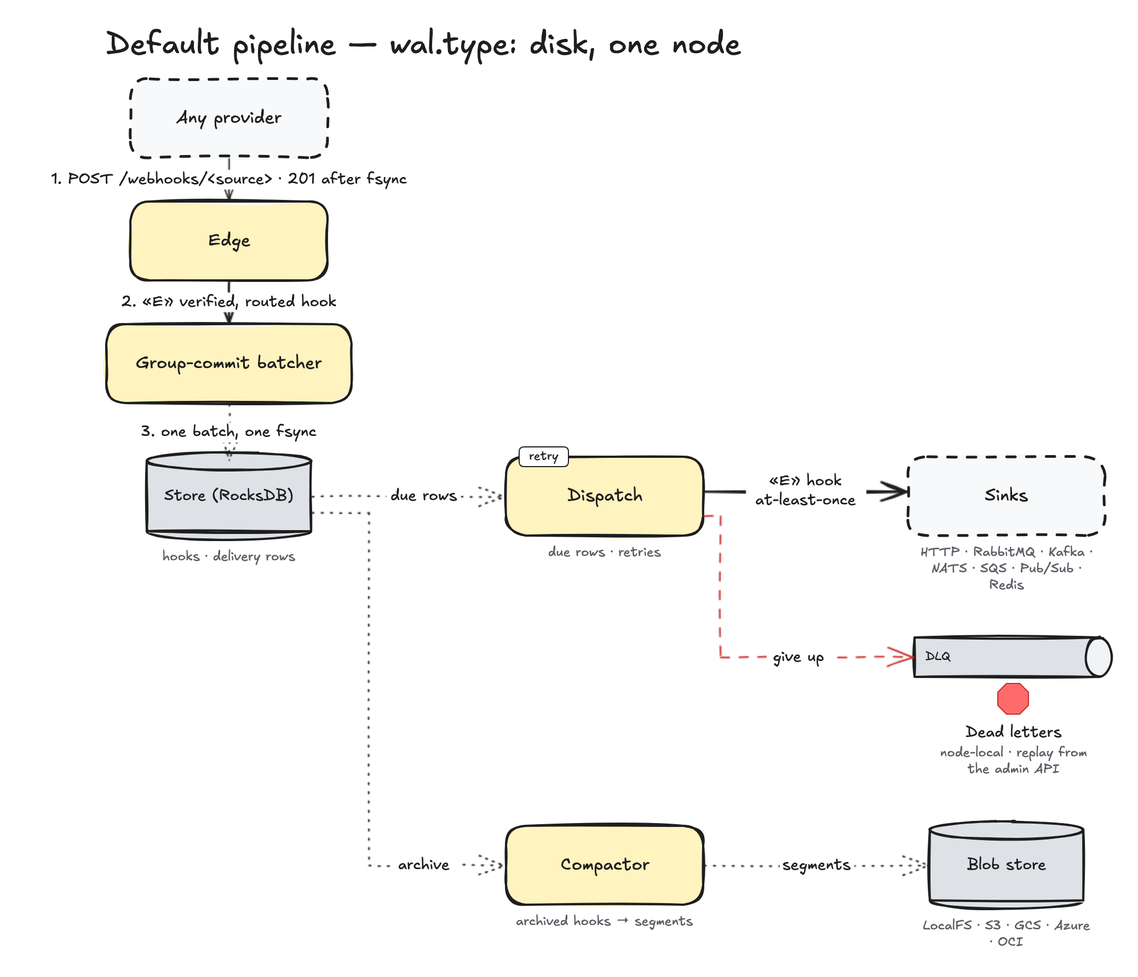
This is docs/diagrams/overview.png from jamescarr/ankusa, a Excalidraw export, as it was before one commit. Source tidied: one line per element, renumbered; positions are measured from the earlier drawing's top-left corner, leaving out a move shared by most shapes.
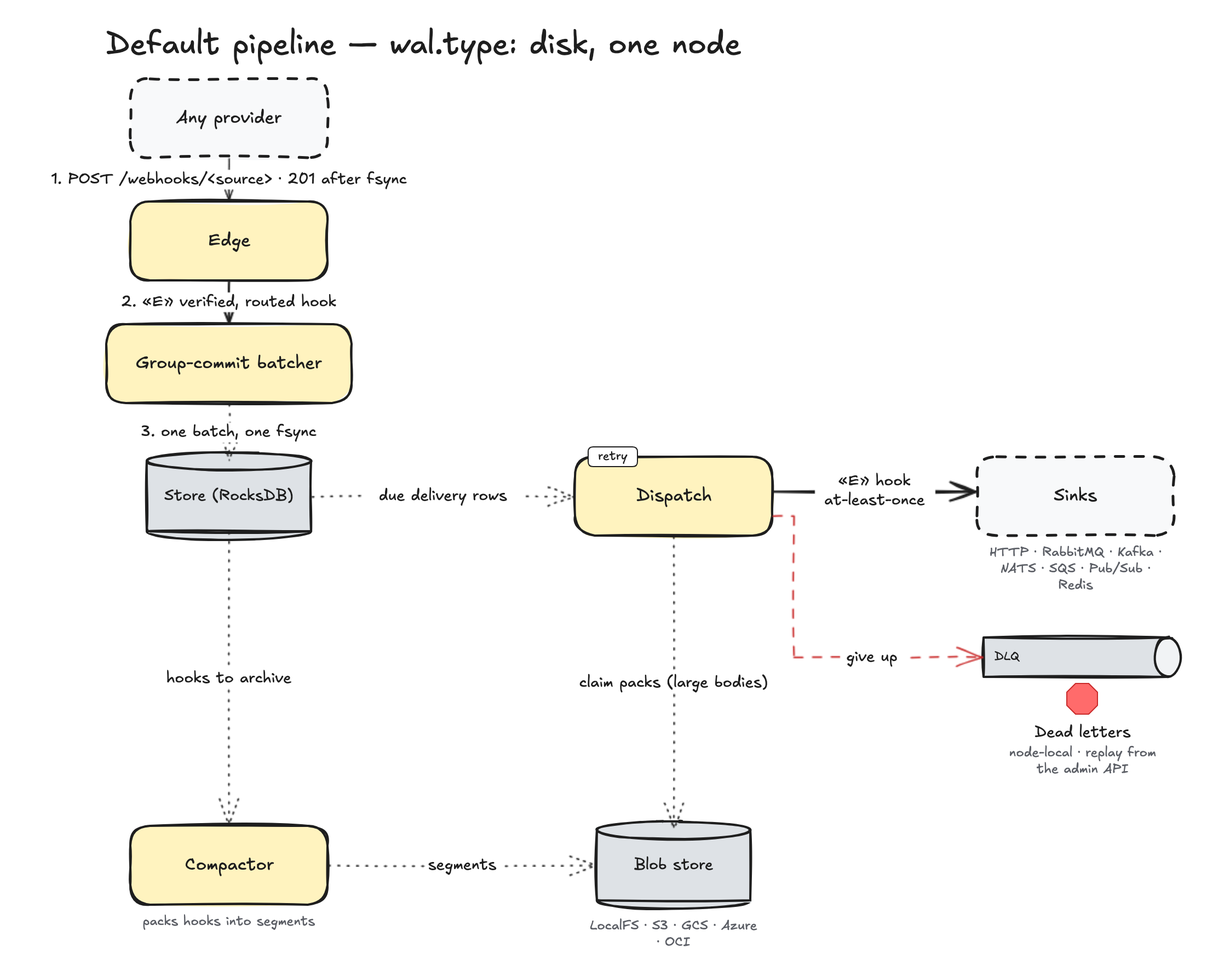
After the change.

Commit message:
docs: draw claim packs in the overview diagram, beside the compactor's archive segments (#293)

The edit, as a diff of the source:
```diff
@@ -9,42 +9,42 @@
 {"id": 8, "type": "rectangle", "strokeColor": "#1e1e1e", "backgroundColor": "#dee2e6", "fillStyle": "solid", "strokeWidth": 2, "roughness": 1, "x": 110, "y": 397, "width": 150, "height": 64}
 {"id": 9, "type": "text", "text": "Store (RocksDB)", "strokeColor": "#1e1e1e", "strokeWidth": 1, "roughness": 0, "fontSize": 14, "fontFamily": 5, "textAlign": "center", "verticalAlign": "middle", "inside": 8, "x": 122, "y": 420, "width": 126, "height": 18}
 {"id": 10, "type": "ellipse", "strokeColor": "#1e1e1e", "backgroundColor": "#dee2e6", "fillStyle": "solid", "strokeWidth": 2, "roughness": 1, "x": 110, "y": 389, "width": 150, "height": 16}
-{"id": 11, "type": "text", "text": "hooks · delivery rows", "strokeColor": "#5c5f66", "strokeWidth": 1, "roughness": 0, "fontSize": 12, "fontFamily": 5, "textAlign": "center", "x": 109, "y": 477, "width": 152, "height": 15}
-{"id": 12, "type": "rectangle", "strokeColor": "#1e1e1e", "backgroundColor": "#fff3bf", "fillStyle": "solid", "strokeWidth": 2, "roughness": 1, "round": true, "x": 438, "y": 393, "width": 180, "height": 72}
+{"id": 12, "type": "rectangle", "strokeColor": "#1e1e1e", "backgroundColor": "#fff3bf", "fillStyle": "solid", "strokeWidth": 2, "roughness": 1, "round": true, "x": 501, "y": 393, "width": 180, "height": 72}
-{"id": 13, "type": "text", "text": "Dispatch", "strokeColor": "#1e1e1e", "strokeWidth": 1, "roughness": 0, "fontSize": 16, "fontFamily": 5, "textAlign": "center", "verticalAlign": "middle", "inside": 12, "x": 490, "y": 419, "width": 77, "height": 20}
+{"id": 13, "type": "text", "text": "Dispatch", "strokeColor": "#1e1e1e", "strokeWidth": 1, "roughness": 0, "fontSize": 16, "fontFamily": 5, "textAlign": "center", "verticalAlign": "middle", "inside": 12, "x": 553, "y": 419, "width": 77, "height": 20}
-{"id": 14, "type": "rectangle", "strokeColor": "#1e1e1e", "backgroundColor": "#ffffff", "fillStyle": "solid", "strokeWidth": 1, "roughness": 0, "round": true, "x": 450, "y": 384, "width": 45, "height": 18}
+{"id": 14, "type": "rectangle", "strokeColor": "#1e1e1e", "backgroundColor": "#ffffff", "fillStyle": "solid", "strokeWidth": 1, "roughness": 0, "round": true, "x": 513, "y": 384, "width": 45, "height": 18}
-{"id": 15, "type": "text", "text": "retry", "strokeColor": "#1e1e1e", "strokeWidth": 1, "roughness": 0, "fontSize": 11, "fontFamily": 5, "textAlign": "center", "verticalAlign": "middle", "x": 456, "y": 386, "width": 33, "height": 14}
+{"id": 15, "type": "text", "text": "retry", "strokeColor": "#1e1e1e", "strokeWidth": 1, "roughness": 0, "fontSize": 11, "fontFamily": 5, "textAlign": "center", "verticalAlign": "middle", "x": 519, "y": 386, "width": 33, "height": 14}
-{"id": 16, "type": "text", "text": "due rows · retries", "strokeColor": "#5c5f66", "strokeWidth": 1, "roughness": 0, "fontSize": 12, "fontFamily": 5, "textAlign": "center", "x": 463, "y": 473, "width": 130, "height": 15}
-{"id": 17, "type": "rectangle", "strokeColor": "#1e1e1e", "backgroundColor": "#f8f9fa", "fillStyle": "solid", "strokeWidth": 2, "strokeStyle": "dashed", "roughness": 1, "round": true, "x": 805, "y": 393, "width": 180, "height": 72}
+{"id": 17, "type": "rectangle", "strokeColor": "#1e1e1e", "backgroundColor": "#f8f9fa", "fillStyle": "solid", "strokeWidth": 2, "strokeStyle": "dashed", "roughness": 1, "round": true, "x": 868, "y": 393, "width": 180, "height": 72}
-{"id": 18, "type": "text", "text": "Sinks", "strokeColor": "#1e1e1e", "strokeWidth": 1, "roughness": 0, "fontSize": 16, "fontFamily": 5, "textAlign": "center", "verticalAlign": "middle", "inside": 17, "x": 871, "y": 419, "width": 48, "height": 20}
+{"id": 18, "type": "text", "text": "Sinks", "strokeColor": "#1e1e1e", "strokeWidth": 1, "roughness": 0, "fontSize": 16, "fontFamily": 5, "textAlign": "center", "verticalAlign": "middle", "inside": 17, "x": 934, "y": 419, "width": 48, "height": 20}
-{"id": 19, "type": "text", "text": "HTTP · RabbitMQ · Kafka ·\nNATS · SQS · Pub/Sub ·\nRedis", "strokeColor": "#5c5f66", "strokeWidth": 1, "roughness": 0, "fontSize": 12, "fontFamily": 5, "textAlign": "center", "x": 805, "y": 473, "width": 180, "height": 45}
+{"id": 19, "type": "text", "text": "HTTP · RabbitMQ · Kafka ·\nNATS · SQS · Pub/Sub ·\nRedis", "strokeColor": "#5c5f66", "strokeWidth": 1, "roughness": 0, "fontSize": 12, "fontFamily": 5, "textAlign": "center", "x": 868, "y": 473, "width": 180, "height": 45}
-{"id": 20, "type": "rectangle", "strokeColor": "#1e1e1e", "backgroundColor": "#dee2e6", "fillStyle": "solid", "strokeWidth": 2, "roughness": 1, "x": 811, "y": 558, "width": 168, "height": 36}
+{"id": 20, "type": "rectangle", "strokeColor": "#1e1e1e", "backgroundColor": "#dee2e6", "fillStyle": "solid", "strokeWidth": 2, "roughness": 1, "x": 874, "y": 558, "width": 168, "height": 36}
-{"id": 21, "type": "ellipse", "strokeColor": "#1e1e1e", "backgroundColor": "#f1f3f5", "fillStyle": "solid", "strokeWidth": 2, "roughness": 1, "x": 967, "y": 558, "width": 24, "height": 36}
+{"id": 21, "type": "ellipse", "strokeColor": "#1e1e1e", "backgroundColor": "#f1f3f5", "fillStyle": "solid", "strokeWidth": 2, "roughness": 1, "x": 1030, "y": 558, "width": 24, "height": 36}
-{"id": 22, "type": "line", "strokeColor": "#c92a2a", "backgroundColor": "#ff6b6b", "fillStyle": "solid", "strokeWidth": 1, "roughness": 0, "x": 895, "y": 600, "width": 28, "height": 28, "points": [[0, 0], [12, 0], [20, 8], [20, 20], [12, 28], [0, 28], [-8, 20], [-8, 8], [0, 0]]}
+{"id": 22, "type": "line", "strokeColor": "#c92a2a", "backgroundColor": "#ff6b6b", "fillStyle": "solid", "strokeWidth": 1, "roughness": 0, "x": 958, "y": 600, "width": 28, "height": 28, "points": [[0, 0], [12, 0], [20, 8], [20, 20], [12, 28], [0, 28], [-8, 20], [-8, 8], [0, 0]]}
-{"id": 23, "type": "text", "text": "DLQ", "strokeColor": "#1e1e1e", "strokeWidth": 1, "roughness": 0, "fontSize": 11, "fontFamily": 5, "verticalAlign": "middle", "x": 821, "y": 569, "width": 20, "height": 14}
+{"id": 23, "type": "text", "text": "DLQ", "strokeColor": "#1e1e1e", "strokeWidth": 1, "roughness": 0, "fontSize": 11, "fontFamily": 5, "verticalAlign": "middle", "x": 884, "y": 569, "width": 20, "height": 14}
-{"id": 24, "type": "text", "text": "Dead letters", "strokeColor": "#1e1e1e", "strokeWidth": 1, "roughness": 0, "fontSize": 14, "fontFamily": 5, "textAlign": "center", "x": 851, "y": 636, "width": 101, "height": 18}
+{"id": 24, "type": "text", "text": "Dead letters", "strokeColor": "#1e1e1e", "strokeWidth": 1, "roughness": 0, "fontSize": 14, "fontFamily": 5, "textAlign": "center", "x": 914, "y": 636, "width": 101, "height": 18}
-{"id": 25, "type": "text", "text": "node-local · replay from\nthe admin API", "strokeColor": "#5c5f66", "strokeWidth": 1, "roughness": 0, "fontSize": 12, "fontFamily": 5, "textAlign": "center", "x": 815, "y": 656, "width": 173, "height": 30}
+{"id": 25, "type": "text", "text": "node-local · replay from\nthe admin API", "strokeColor": "#5c5f66", "strokeWidth": 1, "roughness": 0, "fontSize": 12, "fontFamily": 5, "textAlign": "center", "x": 878, "y": 656, "width": 173, "height": 30}
-{"id": 26, "type": "rectangle", "strokeColor": "#1e1e1e", "backgroundColor": "#fff3bf", "fillStyle": "solid", "strokeWidth": 2, "roughness": 1, "round": true, "x": 438, "y": 730, "width": 180, "height": 72}
+{"id": 26, "type": "rectangle", "strokeColor": "#1e1e1e", "backgroundColor": "#fff3bf", "fillStyle": "solid", "strokeWidth": 2, "roughness": 1, "round": true, "x": 95, "y": 730, "width": 180, "height": 72}
-{"id": 27, "type": "text", "text": "Compactor", "strokeColor": "#1e1e1e", "strokeWidth": 1, "roughness": 0, "fontSize": 16, "fontFamily": 5, "textAlign": "center", "verticalAlign": "middle", "inside": 26, "x": 485, "y": 756, "width": 87, "height": 20}
+{"id": 27, "type": "text", "text": "Compactor", "strokeColor": "#1e1e1e", "strokeWidth": 1, "roughness": 0, "fontSize": 16, "fontFamily": 5, "textAlign": "center", "verticalAlign": "middle", "inside": 26, "x": 142, "y": 756, "width": 87, "height": 20}
-{"id": 28, "type": "text", "text": "archived hooks → segments", "strokeColor": "#5c5f66", "strokeWidth": 1, "roughness": 0, "fontSize": 12, "fontFamily": 5, "textAlign": "center", "x": 438, "y": 810, "width": 180, "height": 15}
+{"id": 28, "type": "text", "text": "packs hooks into segments", "strokeColor": "#5c5f66", "strokeWidth": 1, "roughness": 0, "fontSize": 12, "fontFamily": 5, "textAlign": "center", "x": 95, "y": 810, "width": 180, "height": 15}
-{"id": 29, "type": "ellipse", "strokeColor": "#1e1e1e", "backgroundColor": "#dee2e6", "fillStyle": "solid", "strokeWidth": 2, "roughness": 1, "x": 825, "y": 790, "width": 140, "height": 16}
+{"id": 29, "type": "ellipse", "strokeColor": "#1e1e1e", "backgroundColor": "#dee2e6", "fillStyle": "solid", "strokeWidth": 2, "roughness": 1, "x": 521, "y": 790, "width": 140, "height": 16}
-{"id": 30, "type": "rectangle", "strokeColor": "#1e1e1e", "backgroundColor": "#dee2e6", "fillStyle": "solid", "strokeWidth": 2, "roughness": 1, "x": 825, "y": 734, "width": 140, "height": 64}
+{"id": 30, "type": "rectangle", "strokeColor": "#1e1e1e", "backgroundColor": "#dee2e6", "fillStyle": "solid", "strokeWidth": 2, "roughness": 1, "x": 521, "y": 734, "width": 140, "height": 64}
-{"id": 31, "type": "text", "text": "Blob store", "strokeColor": "#1e1e1e", "strokeWidth": 1, "roughness": 0, "fontSize": 14, "fontFamily": 5, "textAlign": "center", "verticalAlign": "middle", "inside": 30, "x": 853, "y": 757, "width": 84, "height": 18}
+{"id": 31, "type": "text", "text": "Blob store", "strokeColor": "#1e1e1e", "strokeWidth": 1, "roughness": 0, "fontSize": 14, "fontFamily": 5, "textAlign": "center", "verticalAlign": "middle", "inside": 30, "x": 549, "y": 757, "width": 84, "height": 18}
-{"id": 32, "type": "ellipse", "strokeColor": "#1e1e1e", "backgroundColor": "#dee2e6", "fillStyle": "solid", "strokeWidth": 2, "roughness": 1, "x": 825, "y": 726, "width": 140, "height": 16}
+{"id": 32, "type": "ellipse", "strokeColor": "#1e1e1e", "backgroundColor": "#dee2e6", "fillStyle": "solid", "strokeWidth": 2, "roughness": 1, "x": 521, "y": 726, "width": 140, "height": 16}
-{"id": 33, "type": "text", "text": "LocalFS · S3 · GCS · Azure\n· OCI", "strokeColor": "#5c5f66", "strokeWidth": 1, "roughness": 0, "fontSize": 12, "fontFamily": 5, "textAlign": "center", "x": 801, "y": 814, "width": 188, "height": 30}
+{"id": 33, "type": "text", "text": "LocalFS · S3 · GCS · Azure\n· OCI", "strokeColor": "#5c5f66", "strokeWidth": 1, "roughness": 0, "fontSize": 12, "fontFamily": 5, "textAlign": "center", "x": 497, "y": 814, "width": 188, "height": 30}
 {"id": 34, "type": "arrow", "strokeColor": "#1e1e1e", "strokeWidth": 1, "roughness": 1, "endArrowhead": "arrow", "from": 1, "to": 3, "x": 185, "y": 121, "width": 0, "height": 38, "points": [[0, 0], [0, 38]]}
 {"id": 35, "type": "text", "text": "1. POST /webhooks/<source> · 201 after fsync", "strokeColor": "#1e1e1e", "strokeWidth": 1, "roughness": 0, "fontSize": 14, "fontFamily": 5, "textAlign": "center", "verticalAlign": "middle", "inside": 34, "x": 0, "y": 131, "width": 370, "height": 18}
 {"id": 36, "type": "arrow", "strokeColor": "#1e1e1e", "strokeWidth": 2, "roughness": 1, "endArrowhead": "arrow", "from": 3, "to": 5, "x": 185, "y": 233, "width": 0, "height": 38, "points": [[0, 0], [0, 38]]}
 {"id": 37, "type": "text", "text": "2. «E» verified, routed hook", "strokeColor": "#1e1e1e", "strokeWidth": 1, "roughness": 0, "fontSize": 14, "fontFamily": 5, "textAlign": "center", "verticalAlign": "middle", "inside": 36, "x": 67, "y": 243, "width": 236, "height": 18}
 {"id": 38, "type": "arrow", "strokeColor": "#1e1e1e", "strokeWidth": 1, "strokeStyle": "dotted", "roughness": 1, "endArrowhead": "arrow", "from": 5, "to": 8, "x": 185, "y": 345, "width": 0, "height": 51, "points": [[0, 0], [0, 51]]}
 {"id": 39, "type": "text", "text": "3. one batch, one fsync", "strokeColor": "#1e1e1e", "strokeWidth": 1, "roughness": 0, "fontSize": 14, "fontFamily": 5, "textAlign": "center", "verticalAlign": "middle", "inside": 38, "x": 88, "y": 362, "width": 194, "height": 18}
-{"id": 40, "type": "arrow", "strokeColor": "#1e1e1e", "strokeWidth": 1, "strokeStyle": "dotted", "roughness": 1, "endArrowhead": "arrow", "from": 8, "to": 12, "x": 261, "y": 429, "width": 176, "height": 0, "points": [[0, 0], [102, 0], [176, 0]]}
+{"id": 40, "type": "arrow", "strokeColor": "#1e1e1e", "strokeWidth": 1, "strokeStyle": "dotted", "roughness": 1, "endArrowhead": "arrow", "from": 8, "to": 12, "x": 261, "y": 429, "width": 239, "height": 0, "points": [[0, 0], [239, 0]]}
-{"id": 41, "type": "text", "text": "due rows", "strokeColor": "#1e1e1e", "strokeWidth": 1, "roughness": 0, "fontSize": 14, "fontFamily": 5, "textAlign": "center", "verticalAlign": "middle", "inside": 40, "x": 329, "y": 420, "width": 68, "height": 18}
+{"id": 41, "type": "text", "text": "due delivery rows", "strokeColor": "#1e1e1e", "strokeWidth": 1, "roughness": 0, "fontSize": 14, "fontFamily": 5, "textAlign": "center", "verticalAlign": "middle", "inside": 40, "x": 309, "y": 420, "width": 143, "height": 18}
-{"id": 42, "type": "arrow", "strokeColor": "#1e1e1e", "strokeWidth": 2, "roughness": 1, "endArrowhead": "arrow", "from": 12, "to": 17, "x": 619, "y": 424, "width": 185, "height": 0, "points": [[0, 0], [185, 0]]}
+{"id": 42, "type": "arrow", "strokeColor": "#1e1e1e", "strokeWidth": 2, "roughness": 1, "endArrowhead": "arrow", "from": 12, "to": 17, "x": 682, "y": 424, "width": 185, "height": 0, "points": [[0, 0], [185, 0]]}
-{"id": 43, "type": "text", "text": "«E» hook\nat-least-once", "strokeColor": "#1e1e1e", "strokeWidth": 1, "roughness": 0, "fontSize": 14, "fontFamily": 5, "textAlign": "center", "verticalAlign": "middle", "inside": 42, "x": 657, "y": 407, "width": 110, "height": 35}
+{"id": 43, "type": "text", "text": "«E» hook\nat-least-once", "strokeColor": "#1e1e1e", "strokeWidth": 1, "roughness": 0, "fontSize": 14, "fontFamily": 5, "textAlign": "center", "verticalAlign": "middle", "inside": 42, "x": 720, "y": 407, "width": 110, "height": 35}
-{"id": 44, "type": "arrow", "strokeColor": "#c92a2a", "strokeWidth": 1, "strokeStyle": "dashed", "roughness": 1, "endArrowhead": "arrow", "from": 12, "to": 20, "x": 619, "y": 447, "width": 191, "height": 129, "points": [[0, 0], [15, 0], [15, 129], [86, 129], [87, 129], [88, 129], [191, 129]]}
+{"id": 44, "type": "arrow", "strokeColor": "#c92a2a", "strokeWidth": 1, "strokeStyle": "dashed", "roughness": 1, "endArrowhead": "arrow", "from": 12, "to": 20, "x": 682, "y": 447, "width": 191, "height": 129, "points": [[0, 0], [19, 0], [19, 129], [90, 129], [91, 129], [92, 129], [191, 129]]}
-{"id": 45, "type": "text", "text": "give up", "strokeColor": "#1e1e1e", "strokeWidth": 1, "roughness": 0, "fontSize": 14, "fontFamily": 5, "textAlign": "center", "verticalAlign": "middle", "inside": 44, "x": 676, "y": 567, "width": 59, "height": 18}
+{"id": 45, "type": "text", "text": "give up", "strokeColor": "#1e1e1e", "strokeWidth": 1, "roughness": 0, "fontSize": 14, "fontFamily": 5, "textAlign": "center", "verticalAlign": "middle", "inside": 44, "x": 743, "y": 567, "width": 59, "height": 18}
-{"id": 46, "type": "arrow", "strokeColor": "#1e1e1e", "strokeWidth": 1, "strokeStyle": "dotted", "roughness": 1, "endArrowhead": "arrow", "from": 8, "to": 26, "x": 261, "y": 444, "width": 176, "height": 322, "points": [[0, 0], [52, 0], [52, 322], [102, 322], [103, 322], [104, 322], [176, 322]]}
+{"id": 46, "type": "arrow", "strokeColor": "#1e1e1e", "strokeWidth": 1, "strokeStyle": "dotted", "roughness": 1, "endArrowhead": "arrow", "from": 8, "to": 26, "x": 185, "y": 462, "width": 0, "height": 267, "points": [[0, 0], [0, 267]]}
-{"id": 47, "type": "text", "text": "archive", "strokeColor": "#1e1e1e", "strokeWidth": 1, "roughness": 0, "fontSize": 14, "fontFamily": 5, "textAlign": "center", "verticalAlign": "middle", "inside": 46, "x": 334, "y": 757, "width": 59, "height": 18}
+{"id": 47, "type": "text", "text": "hooks to archive", "strokeColor": "#1e1e1e", "strokeWidth": 1, "roughness": 0, "fontSize": 14, "fontFamily": 5, "textAlign": "center", "verticalAlign": "middle", "inside": 46, "x": 118, "y": 587, "width": 135, "height": 18}
-{"id": 48, "type": "arrow", "strokeColor": "#1e1e1e", "strokeWidth": 1, "strokeStyle": "dotted", "roughness": 1, "endArrowhead": "arrow", "from": 26, "to": 30, "x": 619, "y": 766, "width": 205, "height": 0, "points": [[0, 0], [205, 0]]}
+{"id": 48, "type": "arrow", "strokeColor": "#1e1e1e", "strokeWidth": 1, "strokeStyle": "dotted", "roughness": 1, "endArrowhead": "arrow", "from": 26, "to": 30, "x": 276, "y": 766, "width": 244, "height": 0, "points": [[0, 0], [244, 0]]}
-{"id": 49, "type": "text", "text": "segments", "strokeColor": "#1e1e1e", "strokeWidth": 1, "roughness": 0, "fontSize": 14, "fontFamily": 5, "textAlign": "center", "verticalAlign": "middle", "inside": 48, "x": 688, "y": 757, "width": 68, "height": 18}
+{"id": 49, "type": "text", "text": "segments", "strokeColor": "#1e1e1e", "strokeWidth": 1, "roughness": 0, "fontSize": 14, "fontFamily": 5, "textAlign": "center", "verticalAlign": "middle", "inside": 48, "x": 364, "y": 757, "width": 68, "height": 18}
+{"id": 50, "type": "arrow", "strokeColor": "#1e1e1e", "strokeWidth": 1, "strokeStyle": "dotted", "roughness": 1, "endArrowhead": "arrow", "from": 12, "to": 30, "x": 591, "y": 466, "width": 0, "height": 267, "points": [[0, 0], [0, 267]]}
+{"id": 51, "type": "text", "text": "claim packs (large bodies)", "strokeColor": "#1e1e1e", "strokeWidth": 1, "roughness": 0, "fontSize": 14, "fontFamily": 5, "textAlign": "center", "verticalAlign": "middle", "inside": 50, "x": 482, "y": 591, "width": 219, "height": 18}
```
